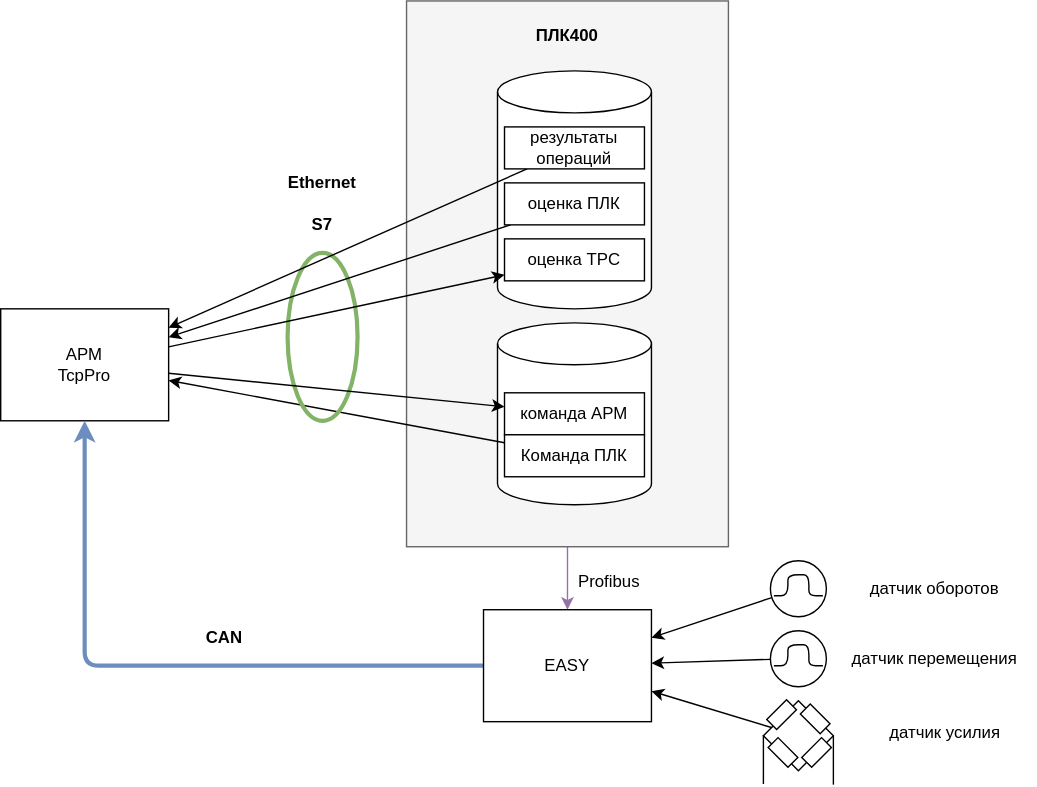
Above: Doc/Техпроцесс/Запись оперативных параметров/Запись оперативных данных 1.drawio.svg in AlexFrick92/PNTZ.Mufta (draw.io), before the change. Source tidied: cells renumbered, new cells last; positions are measured from the earlier drawing's top-left corner, leaving out a move shared by most shapes. The source it was exported from:
```xml
<mxGraphModel>
  <root>
    <mxCell id="0" />
    <mxCell id="1" parent="0" />
    <mxCell id="2" value="АРМ&lt;br&gt;TcpPro" style="rounded=0;whiteSpace=wrap;html=1;" parent="1" vertex="1">
      <mxGeometry y="220" width="120" height="80" as="geometry" />
    </mxCell>
    <mxCell id="3" style="edgeStyle=none;html=1;fillColor=#e1d5e7;strokeColor=#9673a6;" parent="1" edge="1" source="4" target="6">
      <mxGeometry relative="1" as="geometry" />
    </mxCell>
    <mxCell id="4" style="rounded=0;whiteSpace=wrap;html=1;fillColor=#f5f5f5;fontColor=#333333;strokeColor=#666666;" parent="1" vertex="1">
      <mxGeometry x="290" width="230" height="390" as="geometry" />
    </mxCell>
    <mxCell id="5" style="edgeStyle=none;html=1;fillColor=#dae8fc;strokeColor=#6c8ebf;strokeWidth=3;" parent="1" edge="1" source="6" target="2">
      <mxGeometry relative="1" as="geometry">
        <Array as="points">
          <mxPoint x="60" y="475" />
        </Array>
      </mxGeometry>
    </mxCell>
    <mxCell id="6" value="EASY" style="rounded=0;whiteSpace=wrap;html=1;" parent="1" vertex="1">
      <mxGeometry x="345" y="435" width="120" height="80" as="geometry" />
    </mxCell>
    <mxCell id="7" value="Ethernet" style="text;html=1;strokeColor=none;fillColor=none;align=center;verticalAlign=middle;whiteSpace=wrap;rounded=0;fontStyle=1;" parent="1" vertex="1">
      <mxGeometry x="200" y="115" width="60" height="30" as="geometry" />
    </mxCell>
    <mxCell id="8" value="Profibus" style="text;html=1;strokeColor=none;fillColor=none;align=center;verticalAlign=middle;whiteSpace=wrap;rounded=0;" parent="1" vertex="1">
      <mxGeometry x="405" y="400" width="60" height="30" as="geometry" />
    </mxCell>
    <mxCell id="9" style="shape=cylinder3;whiteSpace=wrap;html=1;boundedLbl=1;backgroundOutline=1;size=15;" parent="1" vertex="1">
      <mxGeometry x="355" y="230" width="110" height="130" as="geometry" />
    </mxCell>
    <mxCell id="10" value="команда АРМ" style="rounded=0;whiteSpace=wrap;html=1;" parent="1" vertex="1">
      <mxGeometry x="360" y="280" width="100" height="30" as="geometry" />
    </mxCell>
    <mxCell id="11" style="edgeStyle=none;html=1;" parent="1" edge="1" source="12" target="2">
      <mxGeometry relative="1" as="geometry" />
    </mxCell>
    <mxCell id="12" value="Команда ПЛК" style="rounded=0;whiteSpace=wrap;html=1;" parent="1" vertex="1">
      <mxGeometry x="360" y="310" width="100" height="30" as="geometry" />
    </mxCell>
    <mxCell id="13" value="ПЛК400" style="text;html=1;strokeColor=none;fillColor=none;align=center;verticalAlign=middle;whiteSpace=wrap;rounded=0;fontStyle=1;" parent="1" vertex="1">
      <mxGeometry x="290" y="10" width="230" height="30" as="geometry" />
    </mxCell>
    <mxCell id="14" style="ellipse;whiteSpace=wrap;html=1;fillColor=none;strokeColor=#82b366;strokeWidth=3;" parent="1" vertex="1">
      <mxGeometry x="205" y="180" width="50" height="120" as="geometry" />
    </mxCell>
    <mxCell id="15" value="S7" style="text;html=1;strokeColor=none;fillColor=none;align=center;verticalAlign=middle;whiteSpace=wrap;rounded=0;fontStyle=1;" parent="1" vertex="1">
      <mxGeometry x="200" y="145" width="60" height="30" as="geometry" />
    </mxCell>
    <mxCell id="16" style="edgeStyle=none;html=1;" parent="1" edge="1" source="2" target="10">
      <mxGeometry relative="1" as="geometry" />
    </mxCell>
    <mxCell id="17" value="CAN" style="text;html=1;strokeColor=none;fillColor=none;align=center;verticalAlign=middle;whiteSpace=wrap;rounded=0;fontStyle=1;" parent="1" vertex="1">
      <mxGeometry x="130" y="440" width="60" height="30" as="geometry" />
    </mxCell>
    <mxCell id="18" style="edgeStyle=none;html=1;startArrow=none;startFill=0;" parent="1" edge="1" source="19" target="6">
      <mxGeometry relative="1" as="geometry" />
    </mxCell>
    <mxCell id="19" style="rhombus;whiteSpace=wrap;html=1;" parent="1" vertex="1">
      <mxGeometry x="545" y="500" width="50" height="50" as="geometry" />
    </mxCell>
    <mxCell id="20" style="endArrow=none;html=1;exitX=1;exitY=0.5;exitDx=0;exitDy=0;" parent="1" edge="1" source="19">
      <mxGeometry relative="1" as="geometry">
        <mxPoint x="595" y="560" as="targetPoint" />
      </mxGeometry>
    </mxCell>
    <mxCell id="21" style="group;" parent="1" vertex="1">
      <mxGeometry x="550" y="400" width="40" height="40" as="geometry" />
    </mxCell>
    <mxCell id="22" style="ellipse;whiteSpace=wrap;html=1;" parent="21" vertex="1">
      <mxGeometry width="40" height="40" as="geometry" />
    </mxCell>
    <mxCell id="23" style="endArrow=none;html=1;" parent="21" edge="1">
      <mxGeometry relative="1" as="geometry">
        <mxPoint x="2.5" y="25" as="sourcePoint" />
        <mxPoint x="37.5" y="25" as="targetPoint" />
        <Array as="points">
          <mxPoint x="12.5" y="25" />
          <mxPoint x="12.5" y="10" />
          <mxPoint x="27.5" y="10" />
          <mxPoint x="27.5" y="25" />
        </Array>
      </mxGeometry>
    </mxCell>
    <mxCell id="24" style="group;" parent="1" vertex="1">
      <mxGeometry x="550" y="450" width="40" height="40" as="geometry" />
    </mxCell>
    <mxCell id="25" style="ellipse;whiteSpace=wrap;html=1;" parent="24" vertex="1">
      <mxGeometry width="40" height="40" as="geometry" />
    </mxCell>
    <mxCell id="26" style="endArrow=none;html=1;" parent="24" edge="1">
      <mxGeometry relative="1" as="geometry">
        <mxPoint x="2.5" y="25" as="sourcePoint" />
        <mxPoint x="37.5" y="25" as="targetPoint" />
        <Array as="points">
          <mxPoint x="12.5" y="25" />
          <mxPoint x="12.5" y="10" />
          <mxPoint x="27.5" y="10" />
          <mxPoint x="27.5" y="25" />
        </Array>
      </mxGeometry>
    </mxCell>
    <mxCell id="27" style="rounded=0;whiteSpace=wrap;html=1;rotation=45;" parent="1" vertex="1">
      <mxGeometry x="572" y="508" width="20" height="10" as="geometry" />
    </mxCell>
    <mxCell id="28" style="rounded=0;whiteSpace=wrap;html=1;rotation=45;" parent="1" vertex="1">
      <mxGeometry x="549" y="532" width="20" height="10" as="geometry" />
    </mxCell>
    <mxCell id="29" style="rounded=0;whiteSpace=wrap;html=1;rotation=-225;" parent="1" vertex="1">
      <mxGeometry x="573" y="532" width="20" height="10" as="geometry" />
    </mxCell>
    <mxCell id="30" style="rounded=0;whiteSpace=wrap;html=1;rotation=-225;" parent="1" vertex="1">
      <mxGeometry x="548" y="505" width="20" height="10" as="geometry" />
    </mxCell>
    <mxCell id="31" style="endArrow=none;html=1;exitX=1;exitY=0.5;exitDx=0;exitDy=0;" parent="1" edge="1">
      <mxGeometry relative="1" as="geometry">
        <mxPoint x="545" y="524.5" as="sourcePoint" />
        <mxPoint x="545" y="559.5" as="targetPoint" />
      </mxGeometry>
    </mxCell>
    <mxCell id="32" style="edgeStyle=none;html=1;startArrow=none;startFill=0;" parent="1" edge="1" source="22" target="6">
      <mxGeometry relative="1" as="geometry" />
    </mxCell>
    <mxCell id="33" style="edgeStyle=none;html=1;startArrow=none;startFill=0;" parent="1" edge="1" source="25" target="6">
      <mxGeometry relative="1" as="geometry" />
    </mxCell>
    <mxCell id="34" value="датчик оборотов" style="text;html=1;strokeColor=none;fillColor=none;align=center;verticalAlign=middle;whiteSpace=wrap;rounded=0;" parent="1" vertex="1">
      <mxGeometry x="595" y="405" width="145" height="30" as="geometry" />
    </mxCell>
    <mxCell id="35" value="датчик перемещения" style="text;html=1;strokeColor=none;fillColor=none;align=center;verticalAlign=middle;whiteSpace=wrap;rounded=0;" parent="1" vertex="1">
      <mxGeometry x="595" y="455" width="145" height="30" as="geometry" />
    </mxCell>
    <mxCell id="36" value="датчик усилия" style="text;html=1;strokeColor=none;fillColor=none;align=center;verticalAlign=middle;whiteSpace=wrap;rounded=0;" parent="1" vertex="1">
      <mxGeometry x="610" y="508" width="130" height="30" as="geometry" />
    </mxCell>
    <mxCell id="37" style="shape=cylinder3;whiteSpace=wrap;html=1;boundedLbl=1;backgroundOutline=1;size=15;" parent="1" vertex="1">
      <mxGeometry x="355" y="50" width="110" height="170" as="geometry" />
    </mxCell>
    <mxCell id="38" style="edgeStyle=none;html=1;" parent="1" edge="1" source="39" target="2">
      <mxGeometry relative="1" as="geometry" />
    </mxCell>
    <mxCell id="39" value="оценка ПЛК" style="rounded=0;whiteSpace=wrap;html=1;" parent="1" vertex="1">
      <mxGeometry x="360" y="130" width="100" height="30" as="geometry" />
    </mxCell>
    <mxCell id="40" value="оценка TPC" style="rounded=0;whiteSpace=wrap;html=1;" parent="1" vertex="1">
      <mxGeometry x="360" y="170" width="100" height="30" as="geometry" />
    </mxCell>
    <mxCell id="41" style="edgeStyle=none;html=1;" parent="1" edge="1" source="42" target="2">
      <mxGeometry relative="1" as="geometry" />
    </mxCell>
    <mxCell id="42" value="результаты&lt;br&gt;операций" style="rounded=0;whiteSpace=wrap;html=1;" parent="1" vertex="1">
      <mxGeometry x="360" y="90" width="100" height="30" as="geometry" />
    </mxCell>
    <mxCell id="43" style="edgeStyle=none;html=1;" parent="1" edge="1" source="2" target="40">
      <mxGeometry relative="1" as="geometry" />
    </mxCell>
  </root>
</mxGraphModel>
```
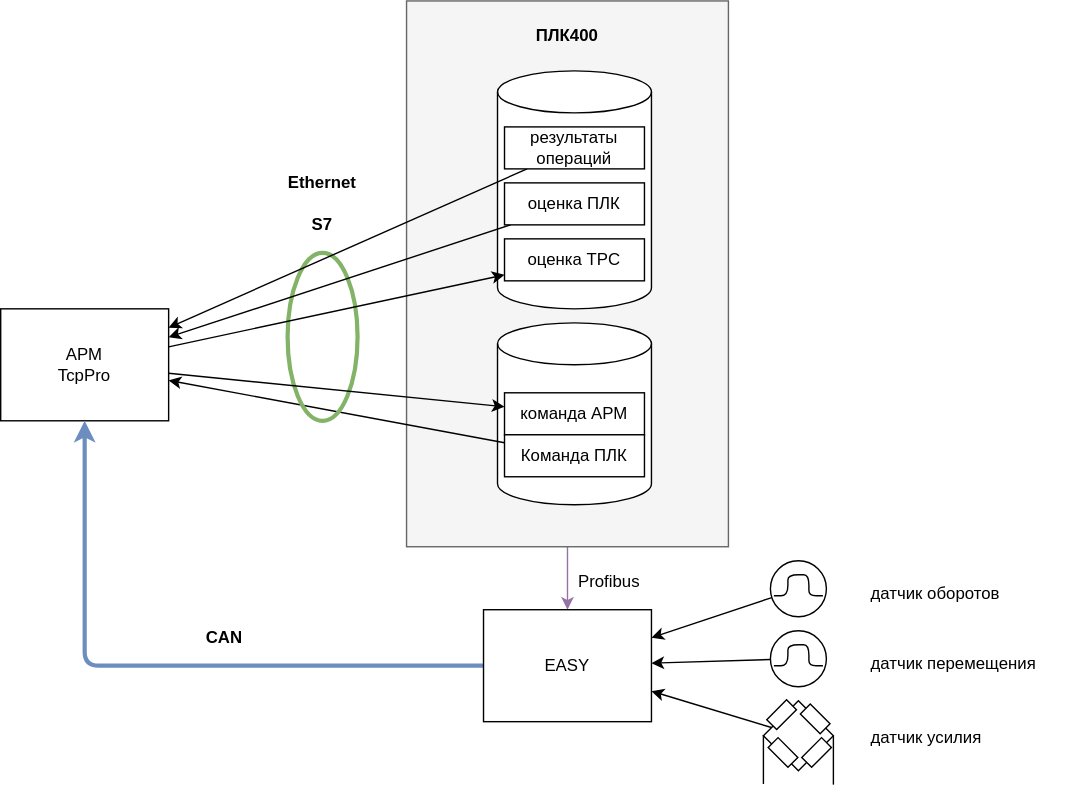
After the commit.

What changed in the source:
```diff
@@ -125,14 +125,14 @@
     <mxCell id="33" style="edgeStyle=none;html=1;startArrow=none;startFill=0;" parent="1" edge="1" source="25" target="6">
       <mxGeometry relative="1" as="geometry" />
     </mxCell>
-    <mxCell id="34" value="датчик оборотов" style="text;html=1;strokeColor=none;fillColor=none;align=center;verticalAlign=middle;whiteSpace=wrap;rounded=0;" parent="1" vertex="1">
-      <mxGeometry x="595" y="405" width="145" height="30" as="geometry" />
+    <mxCell id="34" value="датчик оборотов" style="text;html=1;strokeColor=none;fillColor=none;align=left;verticalAlign=middle;whiteSpace=wrap;rounded=0;" parent="1" vertex="1">
+      <mxGeometry x="620" y="409" width="145" height="30" as="geometry" />
     </mxCell>
-    <mxCell id="35" value="датчик перемещения" style="text;html=1;strokeColor=none;fillColor=none;align=center;verticalAlign=middle;whiteSpace=wrap;rounded=0;" parent="1" vertex="1">
-      <mxGeometry x="595" y="455" width="145" height="30" as="geometry" />
+    <mxCell id="35" value="датчик перемещения" style="text;html=1;strokeColor=none;fillColor=none;align=left;verticalAlign=middle;whiteSpace=wrap;rounded=0;" parent="1" vertex="1">
+      <mxGeometry x="620" y="459" width="145" height="30" as="geometry" />
     </mxCell>
-    <mxCell id="36" value="датчик усилия" style="text;html=1;strokeColor=none;fillColor=none;align=center;verticalAlign=middle;whiteSpace=wrap;rounded=0;" parent="1" vertex="1">
-      <mxGeometry x="610" y="508" width="130" height="30" as="geometry" />
+    <mxCell id="36" value="датчик усилия" style="text;html=1;strokeColor=none;fillColor=none;align=left;verticalAlign=middle;whiteSpace=wrap;rounded=0;" parent="1" vertex="1">
+      <mxGeometry x="620" y="512" width="130" height="30" as="geometry" />
     </mxCell>
     <mxCell id="37" style="shape=cylinder3;whiteSpace=wrap;html=1;boundedLbl=1;backgroundOutline=1;size=15;" parent="1" vertex="1">
       <mxGeometry x="355" y="50" width="110" height="170" as="geometry" />
```
